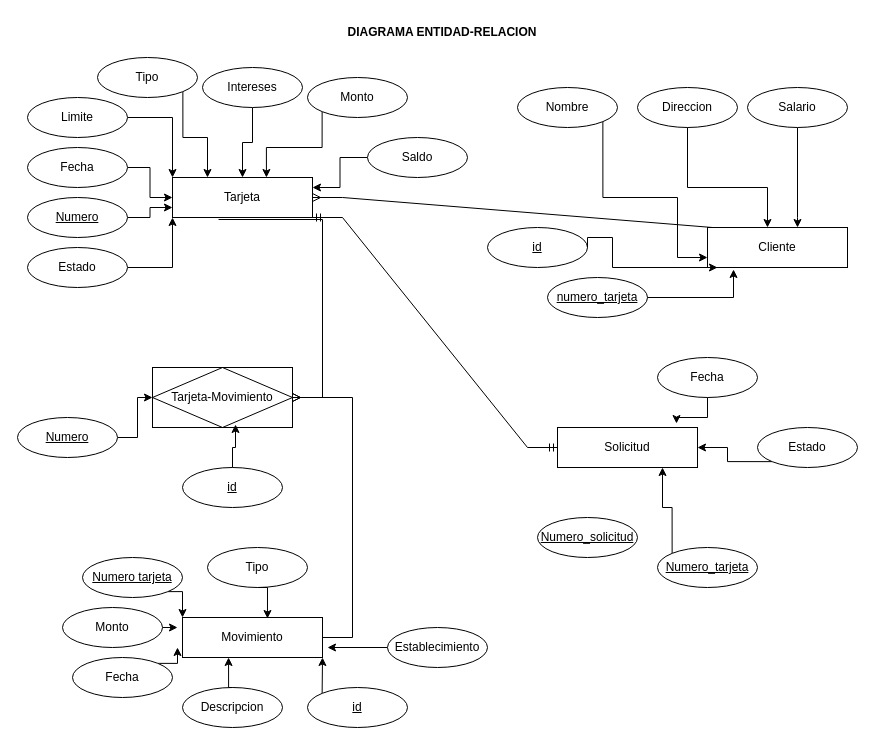
Above: diagramaER.drawio in MynorDaniel/gestor-tarjetas-de-credito (draw.io), before the change. Source tidied: cells renumbered, new cells numbered last; positions are measured from the earlier drawing's top-left corner, leaving out a move shared by most shapes. Both pictures are drawn from the tidied source at 100%, with x=0, y=0 at pixel (17, 17).
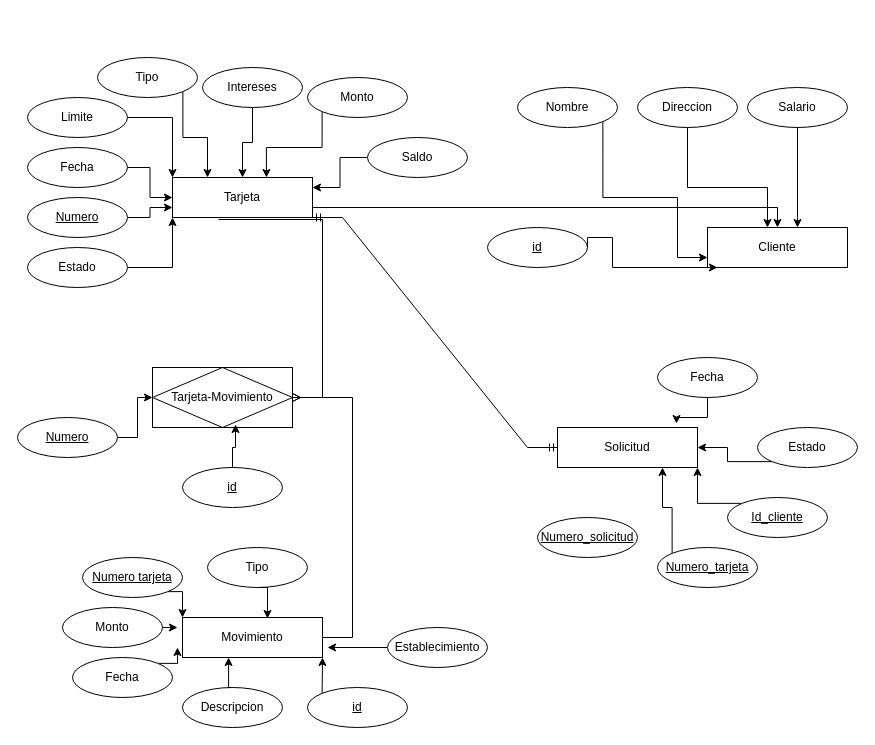
Above is the later version.

Unchanged cells that the change refers to:
```xml
<mxCell id="2" value="Tarjeta" style="whiteSpace=wrap;html=1;align=center;" parent="1" vertex="1">
  <mxGeometry x="155" y="160" width="140" height="40" as="geometry" />
</mxCell>
<mxCell id="3" value="Solicitud" style="whiteSpace=wrap;html=1;align=center;" parent="1" vertex="1">
  <mxGeometry x="540" y="410" width="140" height="40" as="geometry" />
</mxCell>
<mxCell id="52" value="Cliente" style="whiteSpace=wrap;html=1;align=center;" parent="1" vertex="1">
  <mxGeometry x="690" y="210" width="140" height="40" as="geometry" />
</mxCell>
```

The edit, as a diff of the source:
```diff
@@
+    <mxCell id="63" style="edgeStyle=orthogonalEdgeStyle;rounded=0;jettySize=auto;html=1;exitX=1;exitY=0.75;exitDx=0;exitDy=0;" parent="1" edge="1" source="2" target="52">
+      <mxGeometry relative="1" as="geometry" />
+    </mxCell>
@@
-    <mxCell id="55" value="&lt;b style=&quot;&quot;&gt;DIAGRAMA ENTIDAD-RELACION&lt;/b&gt;" style="text;strokeColor=none;align=center;fillColor=none;html=1;verticalAlign=middle;whiteSpace=wrap;rounded=0;" parent="1" vertex="1">
-      <mxGeometry x="305" width="240" height="30" as="geometry" />
-    </mxCell>
@@
-    <mxCell id="59" style="edgeStyle=entityRelationEdgeStyle;fontSize=12;html=1;endArrow=ERmany;rounded=0;entryX=1;entryY=0.5;entryDx=0;entryDy=0;exitX=0.25;exitY=0;exitDx=0;exitDy=0;" parent="1" edge="1" source="52" target="2">
-      <mxGeometry relative="1" as="geometry" />
-    </mxCell>
-    <mxCell id="60" value="&lt;u&gt;numero_tarjeta&lt;/u&gt;" style="ellipse;whiteSpace=wrap;html=1;align=center;" parent="1" vertex="1">
-      <mxGeometry x="530" y="260" width="100" height="40" as="geometry" />
-    </mxCell>
-    <mxCell id="61" style="edgeStyle=orthogonalEdgeStyle;rounded=0;jettySize=auto;html=1;exitX=1;exitY=0.5;exitDx=0;exitDy=0;entryX=0.186;entryY=1.05;entryDx=0;entryDy=0;entryPerimeter=0;" parent="1" edge="1" source="60" target="52">
-      <mxGeometry relative="1" as="geometry" />
-    </mxCell>
@@
+    <mxCell id="64" style="edgeStyle=orthogonalEdgeStyle;rounded=0;jettySize=auto;html=1;exitX=0;exitY=0;exitDx=0;exitDy=0;entryX=1;entryY=1;entryDx=0;entryDy=0;" parent="1" edge="1" source="65" target="3">
+      <mxGeometry relative="1" as="geometry" />
+    </mxCell>
+    <mxCell id="65" value="&lt;u&gt;Id_cliente&lt;/u&gt;" style="ellipse;whiteSpace=wrap;html=1;align=center;" parent="1" vertex="1">
+      <mxGeometry x="710" y="480" width="100" height="40" as="geometry" />
+    </mxCell>
```
